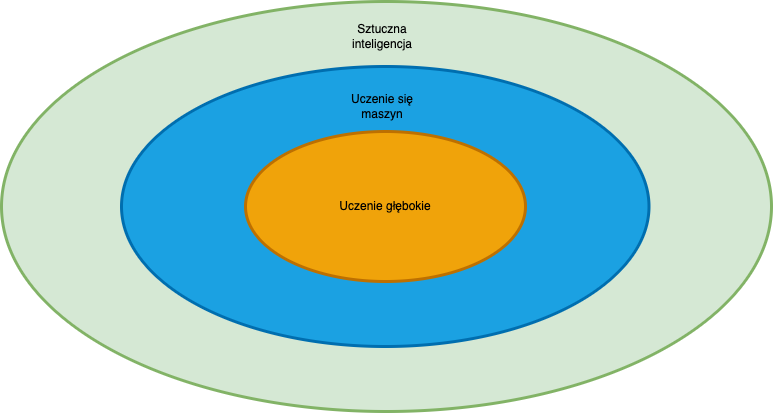
Earlier version of the draw.io export images/ai.png (pawel150199/praca-dyplomowa). Source tidied: cells renumbered, new cells last; positions are measured from the earlier drawing's top-left corner, leaving out a move shared by most shapes.
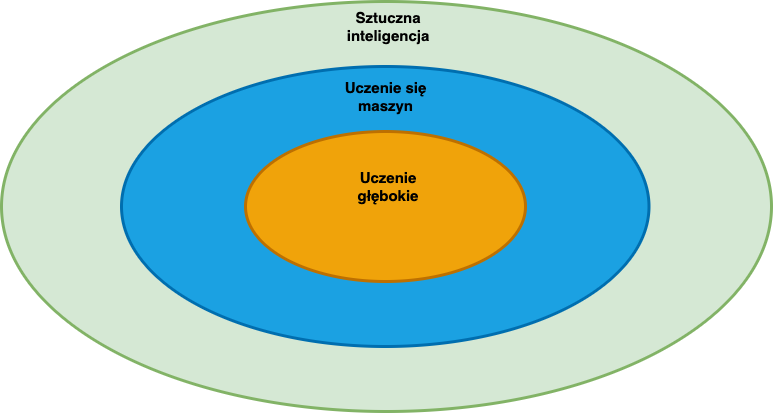
Later version of the same file.

Change to the diagram source:
```diff
@@ -5,8 +5,8 @@
     <mxCell id="2" style="ellipse;whiteSpace=wrap;html=1;fillColor=#d5e8d4;strokeColor=#82b366;strokeWidth=3;" parent="1" vertex="1">
       <mxGeometry width="770" height="410" as="geometry" />
     </mxCell>
-    <mxCell id="3" value="Sztuczna inteligencja" style="text;html=1;strokeColor=none;fillColor=none;align=center;verticalAlign=middle;whiteSpace=wrap;rounded=0;" parent="1" vertex="1">
-      <mxGeometry x="336" y="20" width="90" height="30" as="geometry" />
+    <mxCell id="3" value="&lt;b&gt;&lt;font style=&quot;font-size: 15px;&quot;&gt;Sztuczna inteligencja&lt;/font&gt;&lt;/b&gt;" style="text;html=1;strokeColor=none;fillColor=none;align=center;verticalAlign=middle;whiteSpace=wrap;rounded=0;" parent="1" vertex="1">
+      <mxGeometry x="341.6" y="10" width="90" height="30" as="geometry" />
     </mxCell>
     <mxCell id="4" style="ellipse;whiteSpace=wrap;html=1;fillColor=#1ba1e2;fontColor=#ffffff;strokeColor=#006EAF;strokeWidth=3;" parent="1" vertex="1">
       <mxGeometry x="120" y="65" width="527.5" height="280" as="geometry" />
@@ -14,11 +14,11 @@
     <mxCell id="5" style="ellipse;whiteSpace=wrap;html=1;fillColor=#f0a30a;fontColor=#000000;strokeColor=#BD7000;strokeWidth=3;" parent="1" vertex="1">
       <mxGeometry x="244" y="130" width="280" height="150" as="geometry" />
     </mxCell>
-    <mxCell id="6" value="Uczenie głębokie" style="text;html=1;strokeColor=none;fillColor=none;align=center;verticalAlign=middle;whiteSpace=wrap;rounded=0;" parent="1" vertex="1">
-      <mxGeometry x="336" y="180" width="95.6" height="50" as="geometry" />
+    <mxCell id="6" value="&lt;font style=&quot;font-size: 15px;&quot;&gt;&lt;b&gt;Uczenie głębokie&lt;/b&gt;&lt;/font&gt;" style="text;html=1;strokeColor=none;fillColor=none;align=center;verticalAlign=middle;whiteSpace=wrap;rounded=0;" parent="1" vertex="1">
+      <mxGeometry x="338.8" y="160" width="95.6" height="50" as="geometry" />
     </mxCell>
-    <mxCell id="7" value="Uczenie się maszyn" style="text;html=1;strokeColor=none;fillColor=none;align=center;verticalAlign=middle;whiteSpace=wrap;rounded=0;" parent="1" vertex="1">
-      <mxGeometry x="342.9" y="90" width="76.2" height="30" as="geometry" />
+    <mxCell id="7" value="&lt;b&gt;&lt;font style=&quot;font-size: 15px;&quot;&gt;Uczenie się maszyn&lt;/font&gt;&lt;/b&gt;" style="text;html=1;strokeColor=none;fillColor=none;align=center;verticalAlign=middle;whiteSpace=wrap;rounded=0;" parent="1" vertex="1">
+      <mxGeometry x="326.4" y="80" width="117.1" height="30" as="geometry" />
     </mxCell>
   </root>
 </mxGraphModel>
```
